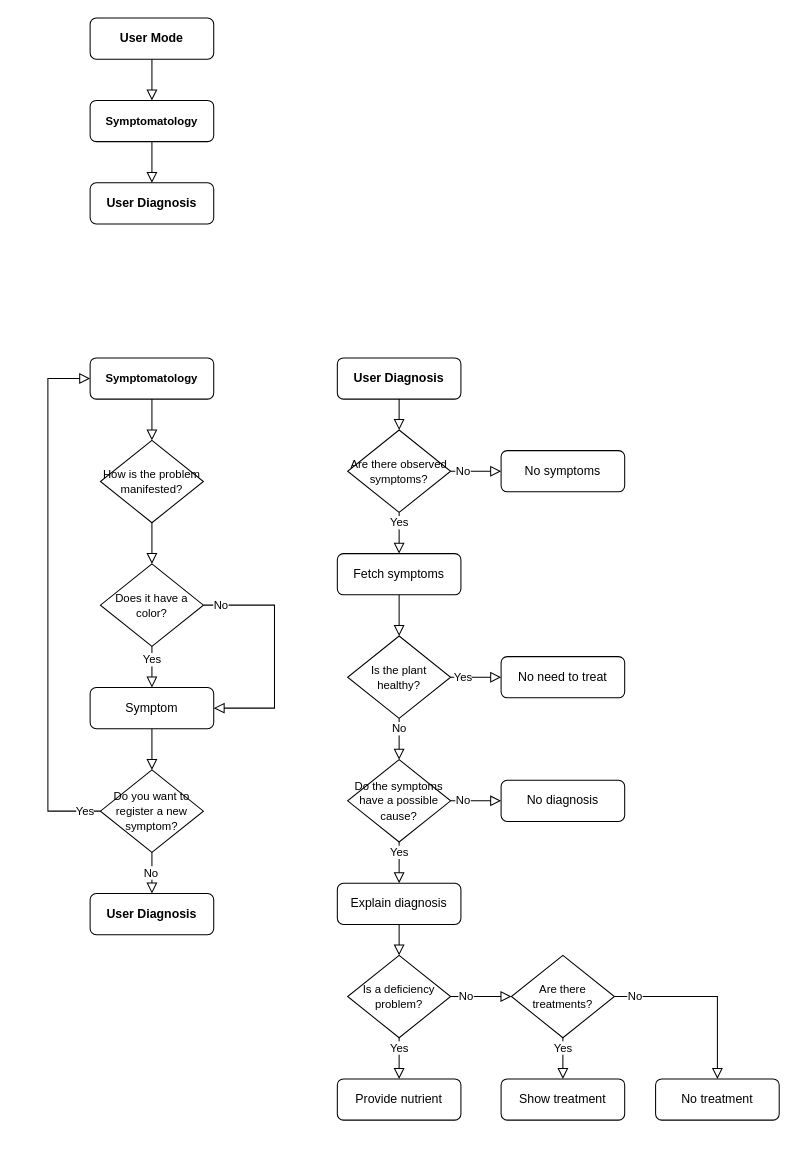
The draw.io diagram docs/user_mode_rules.drawio in francescoperagine/GreMaES, before the edit. Source tidied: cells renumbered, new cells numbered last; positions are measured from the earlier drawing's top-left corner, leaving out a move shared by most shapes. Both pictures are drawn from the tidied source at 103%, with x=0, y=0 at pixel (47, 18).
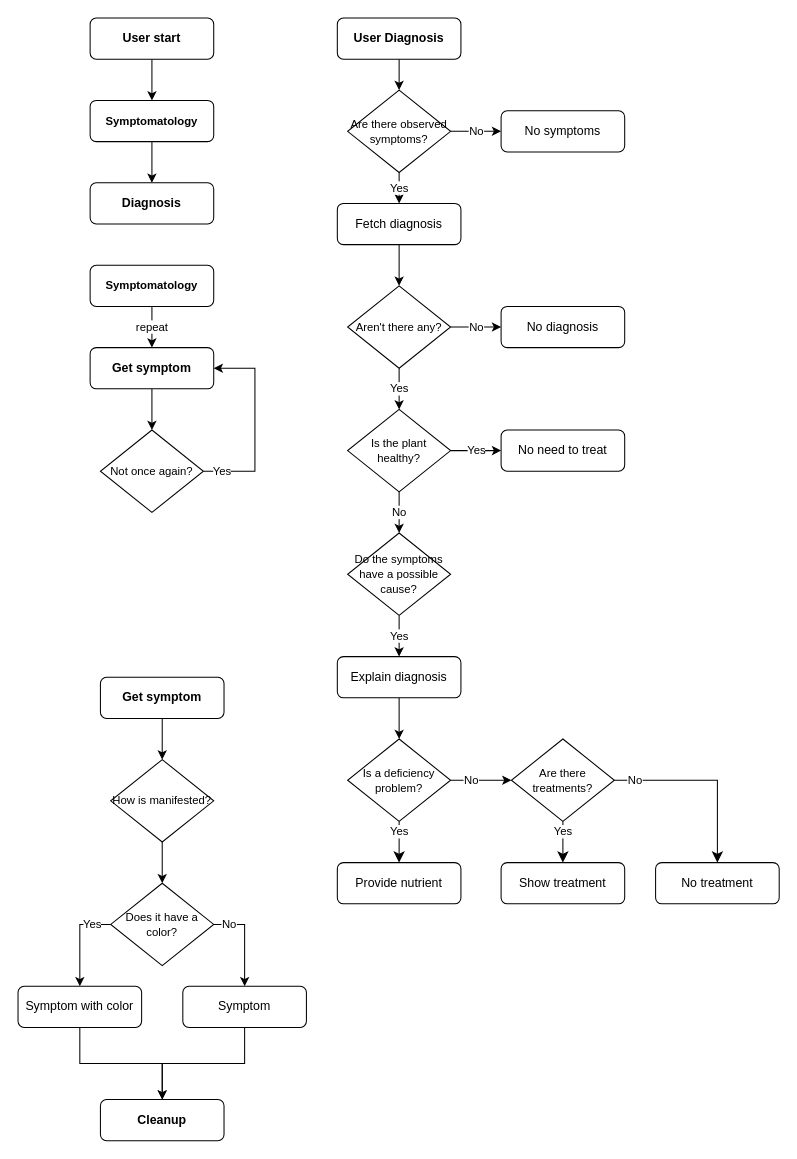
After the change.

Unchanged cells that the change refers to:
```xml
<mxCell id="3" value="&lt;span style=&quot;font-size: 11px;&quot;&gt;Symptomatology&lt;br&gt;&lt;/span&gt;" style="rounded=1;whiteSpace=wrap;html=1;fontSize=12;glass=0;strokeWidth=1;shadow=0;fontStyle=1;labelBackgroundColor=none;labelBorderColor=none;" parent="1" vertex="1">
  <mxGeometry x="41" y="80" width="120" height="40" as="geometry" />
</mxCell>
```

Diff of the diagram source:
```diff
@@
+    <mxCell id="4" style="edgeStyle=orthogonalEdgeStyle;rounded=0;jettySize=auto;html=1;" parent="1" edge="1" source="2" target="3">
+      <mxGeometry relative="1" as="geometry" />
+    </mxCell>
-    <mxCell id="2" value="User Mode" style="rounded=1;whiteSpace=wrap;html=1;fontSize=12;glass=0;strokeWidth=1;shadow=0;fontStyle=1;" parent="1" vertex="1">
+    <mxCell id="2" value="User start" style="rounded=1;whiteSpace=wrap;html=1;fontSize=12;glass=0;strokeWidth=1;shadow=0;fontStyle=1;" parent="1" vertex="1">
       <mxGeometry x="41" width="120" height="40" as="geometry" />
     </mxCell>
+    <mxCell id="5" style="edgeStyle=orthogonalEdgeStyle;rounded=0;jettySize=auto;html=1;" parent="1" edge="1" source="3" target="6">
+      <mxGeometry relative="1" as="geometry" />
+    </mxCell>
@@
-    <mxCell id="4" style="rounded=0;html=1;jettySize=auto;fontSize=11;endArrow=block;endFill=0;endSize=8;strokeWidth=1;shadow=0;labelBackgroundColor=default;edgeStyle=orthogonalEdgeStyle;exitX=0.5;exitY=1;exitDx=0;exitDy=0;" parent="1" edge="1" source="2" target="3">
-      <mxGeometry x="-0.71" relative="1" as="geometry" />
-    </mxCell>
-    <mxCell id="5" style="rounded=0;html=1;jettySize=auto;fontSize=11;endArrow=block;endFill=0;endSize=8;strokeWidth=1;shadow=0;labelBackgroundColor=default;edgeStyle=orthogonalEdgeStyle;" parent="1" edge="1" source="3" target="6">
-      <mxGeometry x="-0.71" relative="1" as="geometry" />
-    </mxCell>
-    <mxCell id="6" value="User Diagnosis" style="rounded=1;whiteSpace=wrap;html=1;fontSize=12;glass=0;strokeWidth=1;shadow=0;fontStyle=1;" parent="1" vertex="1">
+    <mxCell id="6" value="Diagnosis" style="rounded=1;whiteSpace=wrap;html=1;fontSize=12;glass=0;strokeWidth=1;shadow=0;fontStyle=1;" parent="1" vertex="1">
       <mxGeometry x="41" y="160" width="120" height="40" as="geometry" />
     </mxCell>
+    <mxCell id="8" style="edgeStyle=orthogonalEdgeStyle;rounded=0;jettySize=auto;html=1;" parent="1" edge="1" source="7" target="36">
+      <mxGeometry relative="1" as="geometry" />
+    </mxCell>
-    <mxCell id="7" value="&lt;span style=&quot;font-size: 11px;&quot;&gt;Symptomatology&lt;br&gt;&lt;/span&gt;" style="rounded=1;whiteSpace=wrap;html=1;fontSize=12;glass=0;strokeWidth=1;shadow=0;fontStyle=1;labelBackgroundColor=none;labelBorderColor=none;" parent="1" vertex="1">
-      <mxGeometry x="41" y="330" width="120" height="40" as="geometry" />
+    <mxCell id="7" value="Get symptom&lt;span style=&quot;font-size: 11px;&quot;&gt;&lt;br&gt;&lt;/span&gt;" style="rounded=1;whiteSpace=wrap;html=1;fontSize=12;glass=0;strokeWidth=1;shadow=0;fontStyle=1;labelBackgroundColor=none;labelBorderColor=none;" parent="1" vertex="1">
+      <mxGeometry x="51" y="640" width="120" height="40" as="geometry" />
     </mxCell>
-    <mxCell id="8" style="rounded=0;html=1;jettySize=auto;fontSize=11;endArrow=block;endFill=0;endSize=8;strokeWidth=1;shadow=0;labelBackgroundColor=default;edgeStyle=orthogonalEdgeStyle;" parent="1" edge="1" source="7" target="36">
-      <mxGeometry x="0.33" relative="1" as="geometry" />
-    </mxCell>
-    <mxCell id="9" style="rounded=0;html=1;jettySize=auto;fontSize=11;endArrow=block;endFill=0;endSize=8;strokeWidth=1;shadow=0;labelBackgroundColor=default;edgeStyle=orthogonalEdgeStyle;entryX=0.5;entryY=0;entryDx=0;entryDy=0;" parent="1" edge="1" source="36" target="10">
-      <mxGeometry x="-0.5" relative="1" as="geometry" />
-    </mxCell>
+    <mxCell id="47" value="Yes" style="edgeStyle=orthogonalEdgeStyle;rounded=0;jettySize=auto;html=1;exitX=0;exitY=0.5;exitDx=0;exitDy=0;" parent="1" edge="1" source="10" target="12">
+      <mxGeometry x="-0.6" relative="1" as="geometry" />
+    </mxCell>
+    <mxCell id="48" value="No" style="edgeStyle=orthogonalEdgeStyle;rounded=0;jettySize=auto;html=1;exitX=1;exitY=0.5;exitDx=0;exitDy=0;" parent="1" edge="1" source="10" target="58">
+      <mxGeometry x="-0.67" relative="1" as="geometry" />
+    </mxCell>
     <mxCell id="10" value="&lt;span style=&quot;font-size: 11px;&quot;&gt;Does it have a color?&lt;/span&gt;" style="rhombus;whiteSpace=wrap;html=1;" parent="1" vertex="1">
-      <mxGeometry x="51" y="530" width="100" height="80" as="geometry" />
+      <mxGeometry x="61" y="840" width="100" height="80" as="geometry" />
     </mxCell>
-    <mxCell id="11" value="Yes" style="rounded=0;html=1;jettySize=auto;fontSize=11;endArrow=block;endFill=0;endSize=8;strokeWidth=1;shadow=0;labelBackgroundColor=default;edgeStyle=orthogonalEdgeStyle;exitX=0.5;exitY=1;exitDx=0;exitDy=0;" parent="1" edge="1" source="10" target="12">
-      <mxGeometry x="-0.33" relative="1" as="geometry" />
-    </mxCell>
+    <mxCell id="49" style="edgeStyle=orthogonalEdgeStyle;rounded=0;jettySize=auto;html=1;endArrow=classic;endFill=1;" parent="1" edge="1" source="12" target="62">
+      <mxGeometry relative="1" as="geometry" />
+    </mxCell>
-    <mxCell id="12" value="Symptom" style="rounded=1;whiteSpace=wrap;html=1;fontSize=12;glass=0;strokeWidth=1;shadow=0;" parent="1" vertex="1">
-      <mxGeometry x="41" y="650" width="120" height="40" as="geometry" />
+    <mxCell id="12" value="Symptom with color" style="rounded=1;whiteSpace=wrap;html=1;fontSize=12;glass=0;strokeWidth=1;shadow=0;" parent="1" vertex="1">
+      <mxGeometry x="-29" y="940" width="120" height="40" as="geometry" />
     </mxCell>
-    <mxCell id="13" value="No" style="rounded=0;html=1;jettySize=auto;fontSize=11;endArrow=block;endFill=0;endSize=8;strokeWidth=1;shadow=0;labelBackgroundColor=default;edgeStyle=elbowEdgeStyle;exitX=1;exitY=0.5;exitDx=0;exitDy=0;" parent="1" edge="1" source="10" target="12">
-      <mxGeometry x="-0.85" relative="1" as="geometry">
-        <Array as="points">
-          <mxPoint x="220" y="710" />
-        </Array>
-      </mxGeometry>
-    </mxCell>
-    <mxCell id="14" style="rounded=0;html=1;jettySize=auto;fontSize=11;endArrow=block;endFill=0;endSize=8;strokeWidth=1;shadow=0;labelBackgroundColor=default;exitX=0.5;exitY=1;exitDx=0;exitDy=0;" parent="1" edge="1" source="12" target="15">
-      <mxGeometry x="0.33" relative="1" as="geometry" />
-    </mxCell>
-    <mxCell id="15" value="&lt;span style=&quot;font-size: 11px;&quot;&gt;Do you want to register a new symptom?&lt;/span&gt;" style="rhombus;whiteSpace=wrap;html=1;" parent="1" vertex="1">
-      <mxGeometry x="51" y="730" width="100" height="80" as="geometry" />
-    </mxCell>
-    <mxCell id="16" value="Yes" style="rounded=0;html=1;jettySize=auto;fontSize=11;endArrow=block;endFill=0;endSize=8;strokeWidth=1;shadow=0;labelBackgroundColor=default;edgeStyle=orthogonalEdgeStyle;exitX=0;exitY=0.5;exitDx=0;exitDy=0;entryX=0;entryY=0.5;entryDx=0;entryDy=0;" parent="1" edge="1" source="15" target="7">
-      <mxGeometry x="-0.94" relative="1" as="geometry">
-        <Array as="points">
-          <mxPoint y="770" />
-          <mxPoint y="350" />
-        </Array>
-      </mxGeometry>
-    </mxCell>
+    <mxCell id="27" style="edgeStyle=orthogonalEdgeStyle;rounded=0;jettySize=auto;html=1;" parent="1" edge="1" source="17" target="18">
+      <mxGeometry relative="1" as="geometry" />
+    </mxCell>
     <mxCell id="17" value="User Diagnosis" style="rounded=1;whiteSpace=wrap;html=1;fontSize=12;glass=0;strokeWidth=1;shadow=0;fontStyle=1;" parent="1" vertex="1">
-      <mxGeometry x="281" y="330" width="120" height="40" as="geometry" />
+      <mxGeometry x="281" width="120" height="40" as="geometry" />
     </mxCell>
+    <mxCell id="41" value="No" style="edgeStyle=orthogonalEdgeStyle;rounded=0;jettySize=auto;html=1;" parent="1" edge="1" source="18" target="40">
+      <mxGeometry relative="1" as="geometry" />
+    </mxCell>
+    <mxCell id="19" value="Yes" style="edgeStyle=orthogonalEdgeStyle;rounded=0;jettySize=auto;html=1;" parent="1" edge="1" source="18" target="39">
+      <mxGeometry relative="1" as="geometry" />
+    </mxCell>
     <mxCell id="18" value="&lt;span style=&quot;font-size: 11px;&quot;&gt;Are there observed symptoms?&lt;/span&gt;" style="rhombus;whiteSpace=wrap;html=1;" parent="1" vertex="1">
-      <mxGeometry x="291" y="400" width="100" height="80" as="geometry" />
+      <mxGeometry x="291" y="70" width="100" height="80" as="geometry" />
     </mxCell>
-    <mxCell id="19" value="Yes" style="rounded=0;html=1;jettySize=auto;fontSize=11;endArrow=block;endFill=0;endSize=8;strokeWidth=1;shadow=0;labelBackgroundColor=default;edgeStyle=orthogonalEdgeStyle;exitX=0.5;exitY=1;exitDx=0;exitDy=0;entryX=0.5;entryY=0;entryDx=0;entryDy=0;" parent="1" edge="1" source="18" target="39">
-      <mxGeometry x="-0.5" relative="1" as="geometry" />
-    </mxCell>
+    <mxCell id="22" value="Yes" style="edgeStyle=orthogonalEdgeStyle;rounded=0;jettySize=auto;html=1;" parent="1" edge="1" source="20" target="23">
+      <mxGeometry relative="1" as="geometry" />
+    </mxCell>
     <mxCell id="20" value="&lt;span style=&quot;font-size: 11px;&quot;&gt;Do the symptoms have a possible cause?&lt;/span&gt;" style="rhombus;whiteSpace=wrap;html=1;" parent="1" vertex="1">
-      <mxGeometry x="291" y="720" width="100" height="80" as="geometry" />
+      <mxGeometry x="291" y="500" width="100" height="80" as="geometry" />
     </mxCell>
     <mxCell id="21" value="&lt;span style=&quot;font-size: 11px;&quot;&gt;Are there treatments?&lt;/span&gt;" style="rhombus;whiteSpace=wrap;html=1;" parent="1" vertex="1">
-      <mxGeometry x="450" y="910" width="100" height="80" as="geometry" />
+      <mxGeometry x="450" y="700" width="100" height="80" as="geometry" />
     </mxCell>
-    <mxCell id="22" value="Yes" style="rounded=0;html=1;jettySize=auto;fontSize=11;endArrow=block;endFill=0;endSize=8;strokeWidth=1;shadow=0;labelBackgroundColor=default;entryX=0.5;entryY=0;entryDx=0;entryDy=0;" parent="1" edge="1" source="20" target="23">
-      <mxGeometry x="-0.5" relative="1" as="geometry" />
-    </mxCell>
+    <mxCell id="26" style="edgeStyle=orthogonalEdgeStyle;rounded=0;jettySize=auto;html=1;exitX=0.5;exitY=1;exitDx=0;exitDy=0;" parent="1" edge="1" source="23" target="32">
+      <mxGeometry relative="1" as="geometry" />
+    </mxCell>
     <mxCell id="23" value="Explain diagnosis" style="rounded=1;whiteSpace=wrap;html=1;fontSize=12;glass=0;strokeWidth=1;shadow=0;fontStyle=0;" parent="1" vertex="1">
-      <mxGeometry x="281" y="840" width="120" height="40" as="geometry" />
+      <mxGeometry x="281" y="620" width="120" height="40" as="geometry" />
     </mxCell>
     <mxCell id="24" value="Show treatment" style="rounded=1;whiteSpace=wrap;html=1;fontSize=12;glass=0;strokeWidth=1;shadow=0;fontStyle=0;" parent="1" vertex="1">
-      <mxGeometry x="440" y="1030" width="120" height="40" as="geometry" />
+      <mxGeometry x="440" y="820" width="120" height="40" as="geometry" />
     </mxCell>
-    <mxCell id="25" value="Yes" style="rounded=0;html=1;jettySize=auto;fontSize=11;endArrow=block;endFill=0;endSize=8;strokeWidth=1;shadow=0;labelBackgroundColor=default;edgeStyle=orthogonalEdgeStyle;" parent="1" edge="1" source="21" target="24">
+    <mxCell id="25" value="Yes" style="rounded=0;html=1;jettySize=auto;fontSize=11;endArrow=classic;endFill=1;endSize=8;strokeWidth=1;shadow=0;labelBackgroundColor=default;edgeStyle=orthogonalEdgeStyle;" parent="1" edge="1" source="21" target="24">
       <mxGeometry x="-0.5" relative="1" as="geometry" />
     </mxCell>
-    <mxCell id="26" style="rounded=0;html=1;jettySize=auto;fontSize=11;endArrow=block;endFill=0;endSize=8;strokeWidth=1;shadow=0;labelBackgroundColor=default;exitX=0.5;exitY=1;exitDx=0;exitDy=0;entryX=0.5;entryY=0;entryDx=0;entryDy=0;" parent="1" edge="1" source="23" target="32">
-      <mxGeometry x="-0.5" relative="1" as="geometry" />
-    </mxCell>
-    <mxCell id="27" style="rounded=0;html=1;jettySize=auto;fontSize=11;endArrow=block;endFill=0;endSize=8;strokeWidth=1;shadow=0;labelBackgroundColor=default;edgeStyle=orthogonalEdgeStyle;exitX=0.5;exitY=1;exitDx=0;exitDy=0;" parent="1" edge="1" source="17" target="18">
-      <mxGeometry x="-0.5" relative="1" as="geometry" />
-    </mxCell>
     <mxCell id="28" value="No diagnosis" style="rounded=1;whiteSpace=wrap;html=1;fontSize=12;glass=0;strokeWidth=1;shadow=0;fontStyle=0;" parent="1" vertex="1">
-      <mxGeometry x="440" y="740" width="120" height="40" as="geometry" />
+      <mxGeometry x="440" y="280" width="120" height="40" as="geometry" />
     </mxCell>
-    <mxCell id="29" value="No" style="rounded=0;html=1;jettySize=auto;fontSize=11;endArrow=block;endFill=0;endSize=8;strokeWidth=1;shadow=0;labelBackgroundColor=default;entryX=0;entryY=0.5;entryDx=0;entryDy=0;exitX=1;exitY=0.5;exitDx=0;exitDy=0;edgeStyle=orthogonalEdgeStyle;" parent="1" edge="1" source="20" target="28">
-      <mxGeometry x="-0.5" relative="1" as="geometry" />
-    </mxCell>
     <mxCell id="30" value="No treatment" style="rounded=1;whiteSpace=wrap;html=1;fontSize=12;glass=0;strokeWidth=1;shadow=0;fontStyle=0;" parent="1" vertex="1">
-      <mxGeometry x="590" y="1030" width="120" height="40" as="geometry" />
+      <mxGeometry x="590" y="820" width="120" height="40" as="geometry" />
     </mxCell>
-    <mxCell id="31" value="No" style="rounded=0;html=1;jettySize=auto;fontSize=11;endArrow=block;endFill=0;endSize=8;strokeWidth=1;shadow=0;labelBackgroundColor=default;entryX=0.5;entryY=0;entryDx=0;entryDy=0;exitX=1;exitY=0.5;exitDx=0;exitDy=0;edgeStyle=orthogonalEdgeStyle;" parent="1" edge="1" source="21" target="30">
+    <mxCell id="31" value="No" style="rounded=0;html=1;jettySize=auto;fontSize=11;endArrow=classic;endFill=1;endSize=8;strokeWidth=1;shadow=0;labelBackgroundColor=default;entryX=0.5;entryY=0;entryDx=0;entryDy=0;exitX=1;exitY=0.5;exitDx=0;exitDy=0;edgeStyle=orthogonalEdgeStyle;" parent="1" edge="1" source="21" target="30">
       <mxGeometry x="-0.78" relative="1" as="geometry" />
     </mxCell>
+    <mxCell id="35" value="No" style="edgeStyle=orthogonalEdgeStyle;rounded=0;jettySize=auto;html=1;" parent="1" edge="1" source="32" target="21">
+      <mxGeometry x="-0.32" relative="1" as="geometry" />
+    </mxCell>
     <mxCell id="32" value="&lt;span style=&quot;font-size: 11px;&quot;&gt;Is a deficiency problem?&lt;/span&gt;" style="rhombus;whiteSpace=wrap;html=1;" parent="1" vertex="1">
-      <mxGeometry x="291" y="910" width="100" height="80" as="geometry" />
+      <mxGeometry x="291" y="700" width="100" height="80" as="geometry" />
     </mxCell>
-    <mxCell id="33" value="Yes" style="rounded=0;html=1;jettySize=auto;fontSize=11;endArrow=block;endFill=0;endSize=8;strokeWidth=1;shadow=0;labelBackgroundColor=default;exitX=0.5;exitY=1;exitDx=0;exitDy=0;" parent="1" edge="1" source="32" target="34">
+    <mxCell id="33" value="Yes" style="rounded=0;html=1;jettySize=auto;fontSize=11;endArrow=classic;endFill=1;endSize=8;strokeWidth=1;shadow=0;labelBackgroundColor=default;exitX=0.5;exitY=1;exitDx=0;exitDy=0;" parent="1" edge="1" source="32" target="34">
       <mxGeometry x="-0.5" relative="1" as="geometry" />
     </mxCell>
     <mxCell id="34" value="Provide nutrient" style="rounded=1;whiteSpace=wrap;html=1;fontSize=12;glass=0;strokeWidth=1;shadow=0;fontStyle=0;" parent="1" vertex="1">
-      <mxGeometry x="281" y="1030" width="120" height="40" as="geometry" />
+      <mxGeometry x="281" y="820" width="120" height="40" as="geometry" />
     </mxCell>
-    <mxCell id="35" value="No" style="rounded=0;html=1;jettySize=auto;fontSize=11;endArrow=block;endFill=0;endSize=8;strokeWidth=1;shadow=0;labelBackgroundColor=default;exitX=1;exitY=0.5;exitDx=0;exitDy=0;edgeStyle=orthogonalEdgeStyle;" parent="1" edge="1" source="32" target="21">
-      <mxGeometry x="-0.5" relative="1" as="geometry" />
-    </mxCell>
+    <mxCell id="9" style="edgeStyle=orthogonalEdgeStyle;rounded=0;jettySize=auto;html=1;" parent="1" edge="1" source="36" target="10">
+      <mxGeometry relative="1" as="geometry" />
+    </mxCell>
-    <mxCell id="36" value="&lt;span style=&quot;font-size: 11px;&quot;&gt;How is the problem manifested?&lt;/span&gt;" style="rhombus;whiteSpace=wrap;html=1;" parent="1" vertex="1">
-      <mxGeometry x="51" y="410" width="100" height="80" as="geometry" />
+    <mxCell id="36" value="&lt;span style=&quot;font-size: 11px;&quot;&gt;How is manifested?&lt;/span&gt;" style="rhombus;whiteSpace=wrap;html=1;" parent="1" vertex="1">
+      <mxGeometry x="61" y="720" width="100" height="80" as="geometry" />
     </mxCell>
-    <mxCell id="37" value="No" style="rounded=0;html=1;jettySize=auto;fontSize=11;endArrow=block;endFill=0;endSize=8;strokeWidth=1;shadow=0;labelBackgroundColor=default;exitX=0.5;exitY=1;exitDx=0;exitDy=0;" parent="1" edge="1" source="15" target="38">
-      <mxGeometry y="-1" relative="1" as="geometry" />
-    </mxCell>
-    <mxCell id="38" value="User Diagnosis" style="rounded=1;whiteSpace=wrap;html=1;fontSize=12;glass=0;strokeWidth=1;shadow=0;fontStyle=1;" parent="1" vertex="1">
-      <mxGeometry x="41" y="850" width="120" height="40" as="geometry" />
-    </mxCell>
+    <mxCell id="50" style="edgeStyle=orthogonalEdgeStyle;rounded=0;jettySize=auto;html=1;endArrow=classic;endFill=1;" parent="1" edge="1" source="39" target="61">
+      <mxGeometry relative="1" as="geometry" />
+    </mxCell>
-    <mxCell id="39" value="Fetch symptoms" style="rounded=1;whiteSpace=wrap;html=1;fontSize=12;glass=0;strokeWidth=1;shadow=0;fontStyle=0;" parent="1" vertex="1">
-      <mxGeometry x="281" y="520" width="120" height="40" as="geometry" />
+    <mxCell id="39" value="Fetch diagnosis" style="rounded=1;whiteSpace=wrap;html=1;fontSize=12;glass=0;strokeWidth=1;shadow=0;fontStyle=0;" parent="1" vertex="1">
+      <mxGeometry x="281" y="180" width="120" height="40" as="geometry" />
     </mxCell>
     <mxCell id="40" value="No symptoms" style="rounded=1;whiteSpace=wrap;html=1;fontSize=12;glass=0;strokeWidth=1;shadow=0;fontStyle=0;" parent="1" vertex="1">
-      <mxGeometry x="440" y="420" width="120" height="40" as="geometry" />
+      <mxGeometry x="440" y="90" width="120" height="40" as="geometry" />
     </mxCell>
-    <mxCell id="41" value="No" style="rounded=0;html=1;jettySize=auto;fontSize=11;endArrow=block;endFill=0;endSize=8;strokeWidth=1;shadow=0;labelBackgroundColor=default;exitX=1;exitY=0.5;exitDx=0;exitDy=0;edgeStyle=orthogonalEdgeStyle;entryX=0;entryY=0.5;entryDx=0;entryDy=0;" parent="1" edge="1" source="18" target="40">
-      <mxGeometry x="-0.5" relative="1" as="geometry" />
-    </mxCell>
-    <mxCell id="42" style="rounded=0;html=1;jettySize=auto;fontSize=11;endArrow=block;endFill=0;endSize=8;strokeWidth=1;shadow=0;labelBackgroundColor=default;edgeStyle=orthogonalEdgeStyle;exitX=0.5;exitY=1;exitDx=0;exitDy=0;" parent="1" edge="1" source="39" target="43">
-      <mxGeometry x="-0.5" relative="1" as="geometry" />
-    </mxCell>
+    <mxCell id="46" value="Yes" style="edgeStyle=orthogonalEdgeStyle;rounded=0;jettySize=auto;html=1;" parent="1" edge="1" source="43" target="45">
+      <mxGeometry relative="1" as="geometry" />
+    </mxCell>
+    <mxCell id="44" value="No" style="edgeStyle=orthogonalEdgeStyle;rounded=0;jettySize=auto;html=1;" parent="1" edge="1" source="43" target="20">
+      <mxGeometry relative="1" as="geometry" />
+    </mxCell>
     <mxCell id="43" value="&lt;span style=&quot;font-size: 11px;&quot;&gt;Is the plant healthy?&lt;/span&gt;" style="rhombus;whiteSpace=wrap;html=1;" parent="1" vertex="1">
-      <mxGeometry x="291" y="600" width="100" height="80" as="geometry" />
+      <mxGeometry x="291" y="380" width="100" height="80" as="geometry" />
     </mxCell>
-    <mxCell id="44" value="No" style="rounded=0;html=1;jettySize=auto;fontSize=11;endArrow=block;endFill=0;endSize=8;strokeWidth=1;shadow=0;labelBackgroundColor=default;exitX=0.5;exitY=1;exitDx=0;exitDy=0;edgeStyle=orthogonalEdgeStyle;entryX=0.5;entryY=0;entryDx=0;entryDy=0;" parent="1" edge="1" source="43" target="20">
-      <mxGeometry x="-0.5" relative="1" as="geometry" />
-    </mxCell>
     <mxCell id="45" value="No need to treat" style="rounded=1;whiteSpace=wrap;html=1;fontSize=12;glass=0;strokeWidth=1;shadow=0;fontStyle=0;" parent="1" vertex="1">
-      <mxGeometry x="440" y="620" width="120" height="40" as="geometry" />
+      <mxGeometry x="440" y="400" width="120" height="40" as="geometry" />
     </mxCell>
-    <mxCell id="46" value="Yes" style="rounded=0;html=1;jettySize=auto;fontSize=11;endArrow=block;endFill=0;endSize=8;strokeWidth=1;shadow=0;labelBackgroundColor=default;entryX=0;entryY=0.5;entryDx=0;entryDy=0;exitX=1;exitY=0.5;exitDx=0;exitDy=0;edgeStyle=orthogonalEdgeStyle;" parent="1" edge="1" source="43" target="45">
-      <mxGeometry x="-0.5" relative="1" as="geometry" />
-    </mxCell>
+    <mxCell id="51" value="repeat" style="edgeStyle=orthogonalEdgeStyle;rounded=0;jettySize=auto;html=1;" parent="1" edge="1" source="52" target="54">
+      <mxGeometry relative="1" as="geometry" />
+    </mxCell>
+    <mxCell id="52" value="&lt;span style=&quot;font-size: 11px;&quot;&gt;Symptomatology&lt;br&gt;&lt;/span&gt;" style="rounded=1;whiteSpace=wrap;html=1;fontSize=12;glass=0;strokeWidth=1;shadow=0;fontStyle=1;labelBackgroundColor=none;labelBorderColor=none;" parent="1" vertex="1">
+      <mxGeometry x="41" y="240" width="120" height="40" as="geometry" />
+    </mxCell>
+    <mxCell id="53" style="edgeStyle=orthogonalEdgeStyle;rounded=0;jettySize=auto;html=1;" parent="1" edge="1" source="54" target="56">
+      <mxGeometry relative="1" as="geometry" />
+    </mxCell>
+    <mxCell id="54" value="Get symptom" style="rounded=1;whiteSpace=wrap;html=1;fontSize=12;glass=0;strokeWidth=1;shadow=0;fontStyle=1;labelBackgroundColor=none;labelBorderColor=none;" parent="1" vertex="1">
+      <mxGeometry x="41" y="320" width="120" height="40" as="geometry" />
+    </mxCell>
+    <mxCell id="55" value="Yes" style="edgeStyle=orthogonalEdgeStyle;rounded=0;jettySize=auto;html=1;exitX=1;exitY=0.5;exitDx=0;exitDy=0;entryX=1;entryY=0.5;entryDx=0;entryDy=0;" parent="1" edge="1" source="56">
+      <mxGeometry x="-0.81" relative="1" as="geometry">
+        <mxPoint x="161" y="340" as="targetPoint" />
+        <Array as="points">
+          <mxPoint x="201" y="440" />
+          <mxPoint x="201" y="340" />
+        </Array>
+      </mxGeometry>
+    </mxCell>
+    <mxCell id="56" value="&lt;span style=&quot;font-size: 11px;&quot;&gt;Not once again?&lt;/span&gt;" style="rhombus;whiteSpace=wrap;html=1;" parent="1" vertex="1">
+      <mxGeometry x="51" y="400" width="100" height="80" as="geometry" />
+    </mxCell>
+    <mxCell id="57" style="edgeStyle=orthogonalEdgeStyle;rounded=0;jettySize=auto;html=1;endArrow=classic;endFill=1;" parent="1" edge="1" source="58" target="62">
+      <mxGeometry relative="1" as="geometry" />
+    </mxCell>
+    <mxCell id="58" value="Symptom" style="rounded=1;whiteSpace=wrap;html=1;fontSize=12;glass=0;strokeWidth=1;shadow=0;" parent="1" vertex="1">
+      <mxGeometry x="131" y="940" width="120" height="40" as="geometry" />
+    </mxCell>
+    <mxCell id="59" value="No" style="edgeStyle=orthogonalEdgeStyle;rounded=0;jettySize=auto;html=1;endArrow=classic;endFill=1;" parent="1" edge="1" source="61" target="28">
+      <mxGeometry relative="1" as="geometry" />
+    </mxCell>
+    <mxCell id="60" value="Yes" style="edgeStyle=orthogonalEdgeStyle;rounded=0;jettySize=auto;html=1;endArrow=classic;endFill=1;" parent="1" edge="1" source="61" target="43">
+      <mxGeometry relative="1" as="geometry" />
+    </mxCell>
+    <mxCell id="61" value="&lt;span style=&quot;font-size: 11px;&quot;&gt;Aren't there any?&lt;/span&gt;" style="rhombus;whiteSpace=wrap;html=1;" parent="1" vertex="1">
+      <mxGeometry x="291" y="260" width="100" height="80" as="geometry" />
+    </mxCell>
+    <mxCell id="62" value="Cleanup" style="rounded=1;whiteSpace=wrap;html=1;fontSize=12;glass=0;strokeWidth=1;shadow=0;fontStyle=1;labelBackgroundColor=none;labelBorderColor=none;" parent="1" vertex="1">
+      <mxGeometry x="51" y="1050" width="120" height="40" as="geometry" />
+    </mxCell>
```
